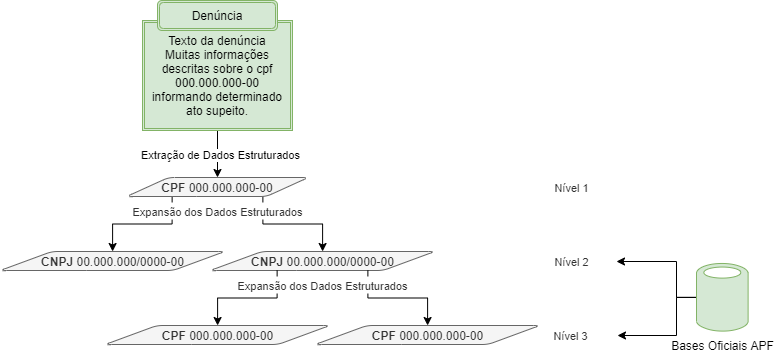
fernandosola/tcc_mba_usp_cd keeps this draw.io diagram as images/fig_00200_extracao_expansao.png. Above is the earlier version. Source tidied: cells renumbered, new cells last; positions are measured from the earlier drawing's top-left corner, leaving out a move shared by most shapes. The source it was exported from:
```xml
<mxGraphModel>
  <root>
    <mxCell id="0" />
    <mxCell id="1" parent="0" />
    <mxCell id="2" style="edgeStyle=orthogonalEdgeStyle;rounded=0;jettySize=auto;html=1;entryX=0.5;entryY=0;entryDx=0;entryDy=0;" parent="1" edge="1" source="4" target="8">
      <mxGeometry relative="1" as="geometry" />
    </mxCell>
    <mxCell id="3" value="Extração de Dados Estruturados" style="edgeLabel;html=1;align=center;verticalAlign=middle;" parent="2" vertex="1">
      <mxGeometry x="-0.24" y="3" relative="1" as="geometry">
        <mxPoint x="-1" y="6" as="offset" />
      </mxGeometry>
    </mxCell>
    <mxCell id="4" value="Texto da&amp;nbsp;denúncia&lt;br&gt;Muitas informações descritas sobre o cpf 000.000.000-00 informando determinado ato supeito." style="shape=ext;double=1;rounded=0;whiteSpace=wrap;html=1;fillColor=#d5e8d4;strokeColor=#82b366;" parent="1" vertex="1">
      <mxGeometry x="142" y="20" width="150" height="110" as="geometry" />
    </mxCell>
    <mxCell id="5" value="Denúncia" style="shape=ext;double=1;rounded=1;whiteSpace=wrap;html=1;fillColor=#d5e8d4;strokeColor=#82b366;" parent="1" vertex="1">
      <mxGeometry x="157" width="120" height="30" as="geometry" />
    </mxCell>
    <mxCell id="6" style="edgeStyle=orthogonalEdgeStyle;rounded=0;jettySize=auto;html=1;exitX=0.25;exitY=1;exitDx=0;exitDy=0;" parent="1" edge="1" source="8" target="9">
      <mxGeometry relative="1" as="geometry" />
    </mxCell>
    <mxCell id="7" style="edgeStyle=orthogonalEdgeStyle;rounded=0;jettySize=auto;html=1;exitX=0.75;exitY=1;exitDx=0;exitDy=0;" parent="1" edge="1" source="8" target="10">
      <mxGeometry relative="1" as="geometry" />
    </mxCell>
    <mxCell id="8" value="&lt;b&gt;CPF &lt;/b&gt;000.000.000-00" style="shape=parallelogram;html=1;strokeWidth=1;perimeter=parallelogramPerimeter;whiteSpace=wrap;rounded=1;arcSize=12;size=0.23;fillColor=#f5f5f5;strokeColor=#666666;fontColor=#333333;" parent="1" vertex="1">
      <mxGeometry x="126.2" y="177" width="181.5" height="19" as="geometry" />
    </mxCell>
    <mxCell id="9" value="&lt;b&gt;CNPJ &lt;/b&gt;00.000.000/0000-00" style="shape=parallelogram;html=1;strokeWidth=1;perimeter=parallelogramPerimeter;whiteSpace=wrap;rounded=1;arcSize=12;size=0.23;fillColor=#f5f5f5;strokeColor=#666666;fontColor=#333333;" parent="1" vertex="1">
      <mxGeometry x="-0.2" y="251" width="224.5" height="19" as="geometry" />
    </mxCell>
    <mxCell id="10" value="&lt;b&gt;CNPJ &lt;/b&gt;00.000.000/0000-00" style="shape=parallelogram;html=1;strokeWidth=1;perimeter=parallelogramPerimeter;whiteSpace=wrap;rounded=1;arcSize=12;size=0.23;fillColor=#f5f5f5;strokeColor=#666666;fontColor=#333333;" parent="1" vertex="1">
      <mxGeometry x="209.8" y="251" width="224.5" height="19" as="geometry" />
    </mxCell>
    <mxCell id="11" value="&lt;font style=&quot;font-size: 11px&quot;&gt;Expansão dos Dados Estruturados&lt;/font&gt;" style="text;html=1;align=center;verticalAlign=middle;whiteSpace=wrap;rounded=0;fontColor=#333333;fillColor=#FFFFFF;" parent="1" vertex="1">
      <mxGeometry x="116.5" y="202" width="201" height="17" as="geometry" />
    </mxCell>
    <mxCell id="12" value="&lt;font style=&quot;font-size: 11px&quot;&gt;Nível 1&lt;/font&gt;" style="text;html=1;align=center;verticalAlign=middle;whiteSpace=wrap;rounded=0;fontColor=#333333;fillColor=#FFFFFF;" parent="1" vertex="1">
      <mxGeometry x="471" y="178" width="201" height="17" as="geometry" />
    </mxCell>
    <mxCell id="13" value="&lt;font style=&quot;font-size: 11px&quot;&gt;Nível 2&lt;/font&gt;" style="text;html=1;align=center;verticalAlign=middle;whiteSpace=wrap;rounded=0;fontColor=#333333;fillColor=#FFFFFF;" parent="1" vertex="1">
      <mxGeometry x="471" y="252" width="201" height="17" as="geometry" />
    </mxCell>
    <mxCell id="14" style="edgeStyle=orthogonalEdgeStyle;rounded=0;jettySize=auto;html=1;exitX=0.25;exitY=1;exitDx=0;exitDy=0;" parent="1" edge="1" target="22">
      <mxGeometry relative="1" as="geometry">
        <mxPoint x="276.6" y="270" as="sourcePoint" />
      </mxGeometry>
    </mxCell>
    <mxCell id="15" style="edgeStyle=orthogonalEdgeStyle;rounded=0;jettySize=auto;html=1;exitX=0.75;exitY=1;exitDx=0;exitDy=0;" parent="1" edge="1" target="21">
      <mxGeometry relative="1" as="geometry">
        <mxPoint x="367.4" y="270" as="sourcePoint" />
      </mxGeometry>
    </mxCell>
    <mxCell id="16" value="&lt;font style=&quot;font-size: 11px&quot;&gt;Expansão dos Dados Estruturados&lt;/font&gt;" style="text;html=1;align=center;verticalAlign=middle;whiteSpace=wrap;rounded=0;fontColor=#333333;fillColor=#FFFFFF;" parent="1" vertex="1">
      <mxGeometry x="221.5" y="276" width="201" height="17" as="geometry" />
    </mxCell>
    <mxCell id="17" value="&lt;font style=&quot;font-size: 11px&quot;&gt;Nível 3&lt;/font&gt;" style="text;html=1;align=center;verticalAlign=middle;whiteSpace=wrap;rounded=0;fontColor=#333333;fillColor=#FFFFFF;" parent="1" vertex="1">
      <mxGeometry x="546" y="326" width="49" height="17" as="geometry" />
    </mxCell>
    <mxCell id="18" style="edgeStyle=orthogonalEdgeStyle;rounded=0;jettySize=auto;html=1;" parent="1" edge="1" source="20">
      <mxGeometry relative="1" as="geometry">
        <mxPoint x="617" y="335" as="targetPoint" />
        <Array as="points">
          <mxPoint x="676" y="297" />
          <mxPoint x="676" y="335" />
        </Array>
      </mxGeometry>
    </mxCell>
    <mxCell id="19" style="edgeStyle=orthogonalEdgeStyle;rounded=0;jettySize=auto;html=1;" parent="1" edge="1" source="20">
      <mxGeometry relative="1" as="geometry">
        <mxPoint x="616" y="261" as="targetPoint" />
        <Array as="points">
          <mxPoint x="676" y="297" />
          <mxPoint x="676" y="261" />
        </Array>
      </mxGeometry>
    </mxCell>
    <mxCell id="20" value="Bases Oficiais APF" style="shadow=0;dashed=0;html=1;labelPosition=center;verticalLabelPosition=bottom;verticalAlign=top;align=center;shape=mxgraph.mscae.enterprise.database_generic;fillColor=#d5e8d4;strokeColor=#82b366;" parent="1" vertex="1">
      <mxGeometry x="696" y="262" width="51.6" height="69.8" as="geometry" />
    </mxCell>
    <mxCell id="21" value="&lt;b&gt;CPF&amp;nbsp;&lt;/b&gt;000.000.000-00" style="shape=parallelogram;html=1;strokeWidth=1;perimeter=parallelogramPerimeter;whiteSpace=wrap;rounded=1;arcSize=12;size=0.23;fillColor=#f5f5f5;strokeColor=#666666;fontColor=#333333;" parent="1" vertex="1">
      <mxGeometry x="314.8" y="325" width="224.5" height="19" as="geometry" />
    </mxCell>
    <mxCell id="22" value="&lt;b&gt;CPF&amp;nbsp;&lt;/b&gt;000.000.000-00" style="shape=parallelogram;html=1;strokeWidth=1;perimeter=parallelogramPerimeter;whiteSpace=wrap;rounded=1;arcSize=12;size=0.23;fillColor=#f5f5f5;strokeColor=#666666;fontColor=#333333;" parent="1" vertex="1">
      <mxGeometry x="104.8" y="325" width="224.5" height="19" as="geometry" />
    </mxCell>
  </root>
</mxGraphModel>
```
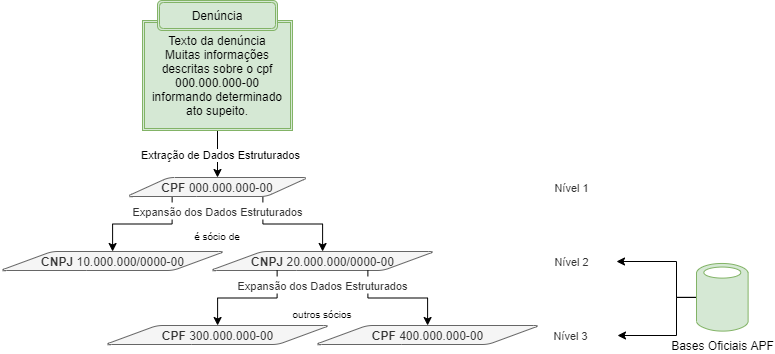
Later version of the same file.

Commit message:
novas figuras

Diff of the diagram source:
```diff
@@ -25,10 +25,10 @@
     <mxCell id="8" value="&lt;b&gt;CPF &lt;/b&gt;000.000.000-00" style="shape=parallelogram;html=1;strokeWidth=1;perimeter=parallelogramPerimeter;whiteSpace=wrap;rounded=1;arcSize=12;size=0.23;fillColor=#f5f5f5;strokeColor=#666666;fontColor=#333333;" parent="1" vertex="1">
       <mxGeometry x="126.2" y="177" width="181.5" height="19" as="geometry" />
     </mxCell>
-    <mxCell id="9" value="&lt;b&gt;CNPJ &lt;/b&gt;00.000.000/0000-00" style="shape=parallelogram;html=1;strokeWidth=1;perimeter=parallelogramPerimeter;whiteSpace=wrap;rounded=1;arcSize=12;size=0.23;fillColor=#f5f5f5;strokeColor=#666666;fontColor=#333333;" parent="1" vertex="1">
+    <mxCell id="9" value="&lt;b&gt;CNPJ &lt;/b&gt;10.000.000/0000-00" style="shape=parallelogram;html=1;strokeWidth=1;perimeter=parallelogramPerimeter;whiteSpace=wrap;rounded=1;arcSize=12;size=0.23;fillColor=#f5f5f5;strokeColor=#666666;fontColor=#333333;" parent="1" vertex="1">
       <mxGeometry x="-0.2" y="251" width="224.5" height="19" as="geometry" />
     </mxCell>
-    <mxCell id="10" value="&lt;b&gt;CNPJ &lt;/b&gt;00.000.000/0000-00" style="shape=parallelogram;html=1;strokeWidth=1;perimeter=parallelogramPerimeter;whiteSpace=wrap;rounded=1;arcSize=12;size=0.23;fillColor=#f5f5f5;strokeColor=#666666;fontColor=#333333;" parent="1" vertex="1">
+    <mxCell id="10" value="&lt;b&gt;CNPJ &lt;/b&gt;20.000.000/0000-00" style="shape=parallelogram;html=1;strokeWidth=1;perimeter=parallelogramPerimeter;whiteSpace=wrap;rounded=1;arcSize=12;size=0.23;fillColor=#f5f5f5;strokeColor=#666666;fontColor=#333333;" parent="1" vertex="1">
       <mxGeometry x="209.8" y="251" width="224.5" height="19" as="geometry" />
     </mxCell>
     <mxCell id="11" value="&lt;font style=&quot;font-size: 11px&quot;&gt;Expansão dos Dados Estruturados&lt;/font&gt;" style="text;html=1;align=center;verticalAlign=middle;whiteSpace=wrap;rounded=0;fontColor=#333333;fillColor=#FFFFFF;" parent="1" vertex="1">
@@ -77,11 +77,17 @@
     <mxCell id="20" value="Bases Oficiais APF" style="shadow=0;dashed=0;html=1;labelPosition=center;verticalLabelPosition=bottom;verticalAlign=top;align=center;shape=mxgraph.mscae.enterprise.database_generic;fillColor=#d5e8d4;strokeColor=#82b366;" parent="1" vertex="1">
       <mxGeometry x="696" y="262" width="51.6" height="69.8" as="geometry" />
     </mxCell>
-    <mxCell id="21" value="&lt;b&gt;CPF&amp;nbsp;&lt;/b&gt;000.000.000-00" style="shape=parallelogram;html=1;strokeWidth=1;perimeter=parallelogramPerimeter;whiteSpace=wrap;rounded=1;arcSize=12;size=0.23;fillColor=#f5f5f5;strokeColor=#666666;fontColor=#333333;" parent="1" vertex="1">
+    <mxCell id="21" value="&lt;b&gt;CPF&amp;nbsp;&lt;/b&gt;400.000.000-00" style="shape=parallelogram;html=1;strokeWidth=1;perimeter=parallelogramPerimeter;whiteSpace=wrap;rounded=1;arcSize=12;size=0.23;fillColor=#f5f5f5;strokeColor=#666666;fontColor=#333333;" parent="1" vertex="1">
       <mxGeometry x="314.8" y="325" width="224.5" height="19" as="geometry" />
     </mxCell>
-    <mxCell id="22" value="&lt;b&gt;CPF&amp;nbsp;&lt;/b&gt;000.000.000-00" style="shape=parallelogram;html=1;strokeWidth=1;perimeter=parallelogramPerimeter;whiteSpace=wrap;rounded=1;arcSize=12;size=0.23;fillColor=#f5f5f5;strokeColor=#666666;fontColor=#333333;" parent="1" vertex="1">
+    <mxCell id="22" value="&lt;b&gt;CPF&amp;nbsp;&lt;/b&gt;300.000.000-00" style="shape=parallelogram;html=1;strokeWidth=1;perimeter=parallelogramPerimeter;whiteSpace=wrap;rounded=1;arcSize=12;size=0.23;fillColor=#f5f5f5;strokeColor=#666666;fontColor=#333333;" parent="1" vertex="1">
       <mxGeometry x="104.8" y="325" width="224.5" height="19" as="geometry" />
     </mxCell>
+    <mxCell id="23" value="&lt;span style=&quot;font-size: 10px&quot;&gt;outros sócios&lt;/span&gt;" style="text;html=1;strokeColor=none;fillColor=none;align=center;verticalAlign=middle;whiteSpace=wrap;rounded=0;" parent="1" vertex="1">
+      <mxGeometry x="289.1" y="303" width="65.8" height="20" as="geometry" />
+    </mxCell>
+    <mxCell id="24" value="&lt;span style=&quot;font-size: 10px&quot;&gt;é sócio de&lt;/span&gt;" style="text;html=1;strokeColor=none;fillColor=none;align=center;verticalAlign=middle;whiteSpace=wrap;rounded=0;" parent="1" vertex="1">
+      <mxGeometry x="184.1" y="225" width="65.8" height="20" as="geometry" />
+    </mxCell>
   </root>
 </mxGraphModel>
```
